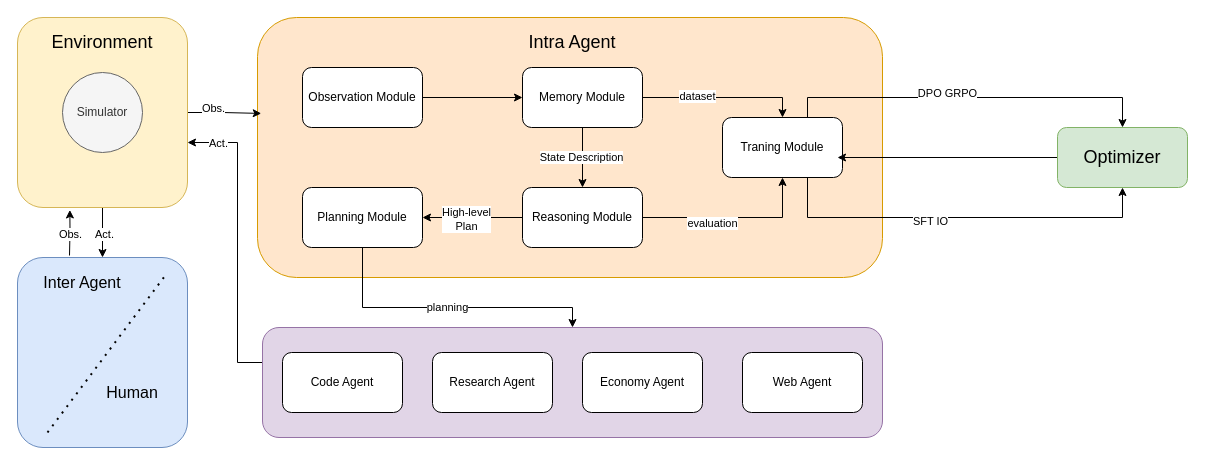
This is messageChannel.drawio from RuishanFang/notes, a draw.io file, before an edit. Source tidied: cells renumbered, new cells numbered last; positions are measured from the earlier drawing's top-left corner, leaving out a move shared by most shapes. Both pictures are drawn from the tidied source at 100%, with x=0, y=0 at pixel (17, 17).
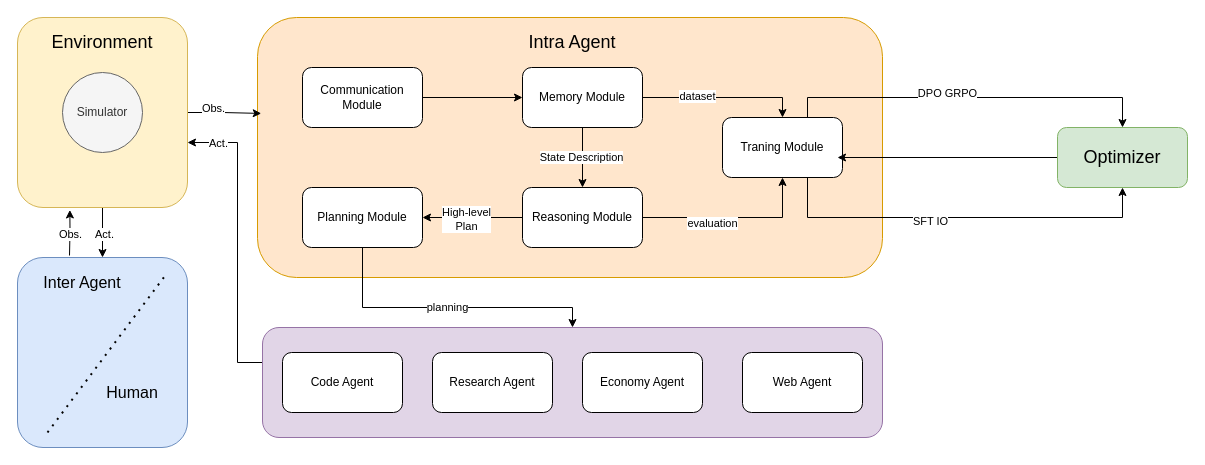
Above is the later version.

What changed in the source:
```diff
@@
-    <mxCell id="11" value="Observation Module" style="rounded=1;whiteSpace=wrap;html=1;" parent="1" vertex="1">
+    <mxCell id="11" value="Communication Module" style="rounded=1;whiteSpace=wrap;html=1;" parent="1" vertex="1">
       <mxGeometry x="285" y="50" width="120" height="60" as="geometry" />
     </mxCell>
```
